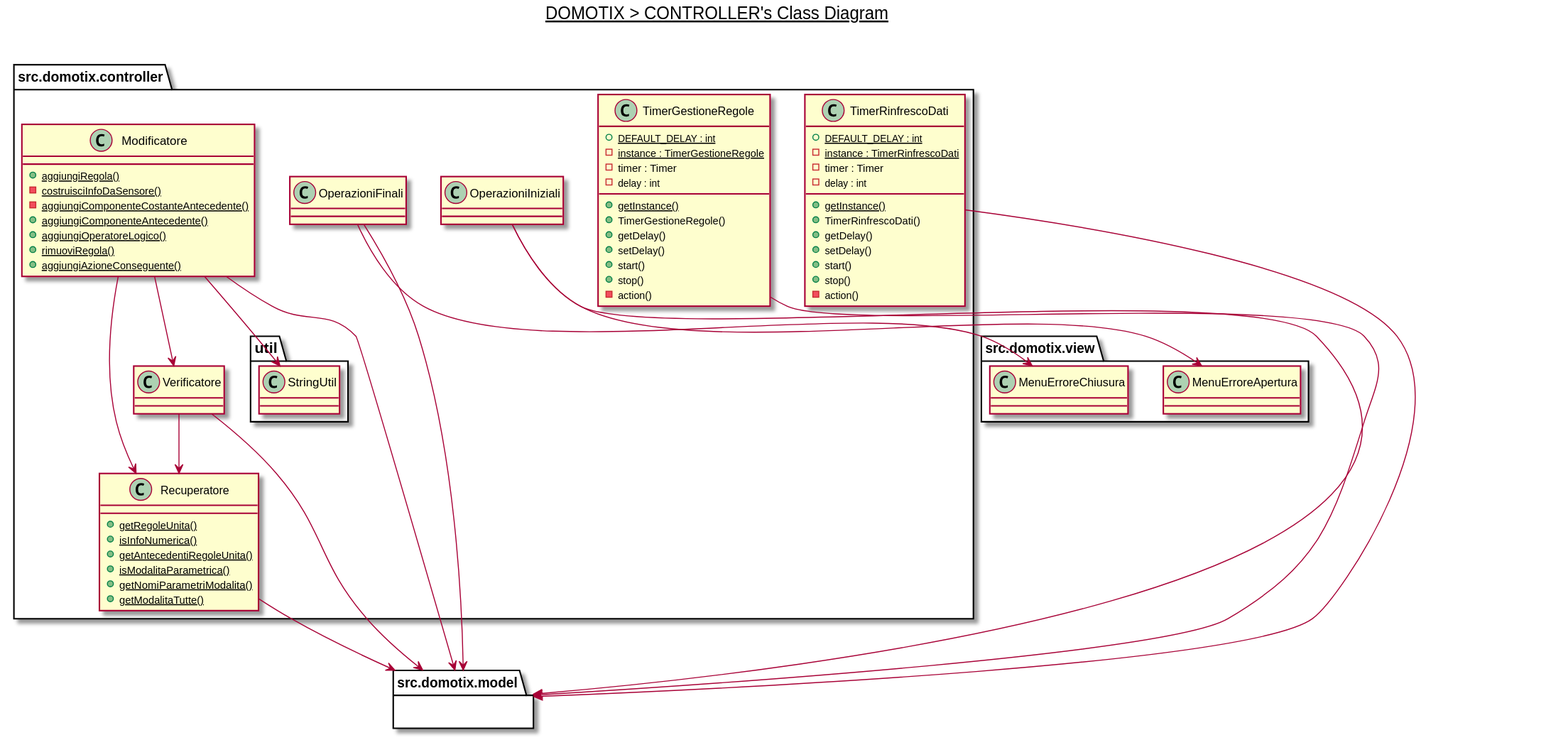
Above: diagrams/svg/controller_v3.svg in Edoar-do/Domotix (PlantUML), before the change.
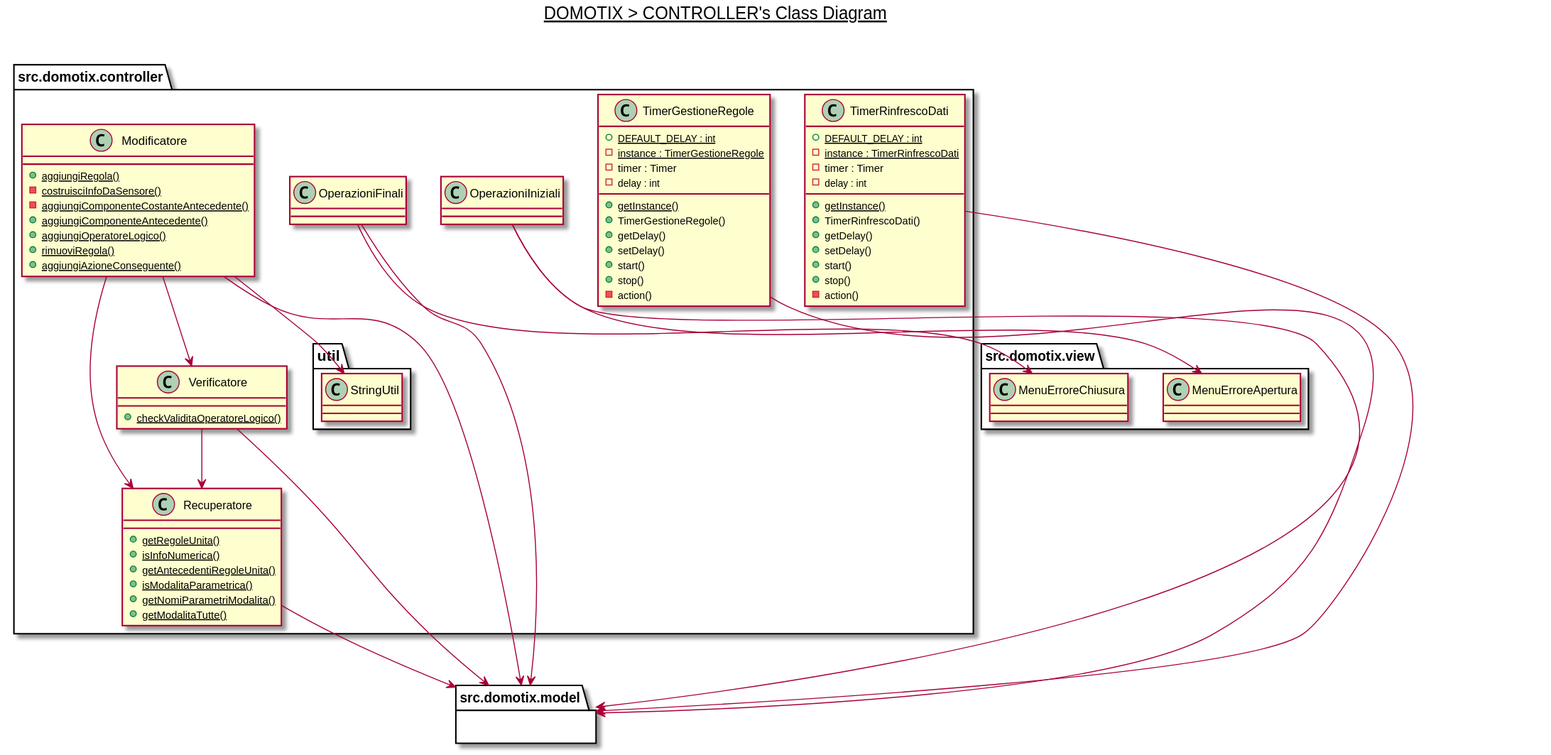
The same file after the commit.

Commit message:
Finisce diagrammi v3

The edit, as a diff of the source:
```diff
@@ -31,7 +31,7 @@
     }
 
     class src.domotix.controller.Verificatore {
-
+        {static} + checkValiditaOperatoreLogico()
     }
 
     class src.domotix.controller.TimerGestioneRegole {
```
